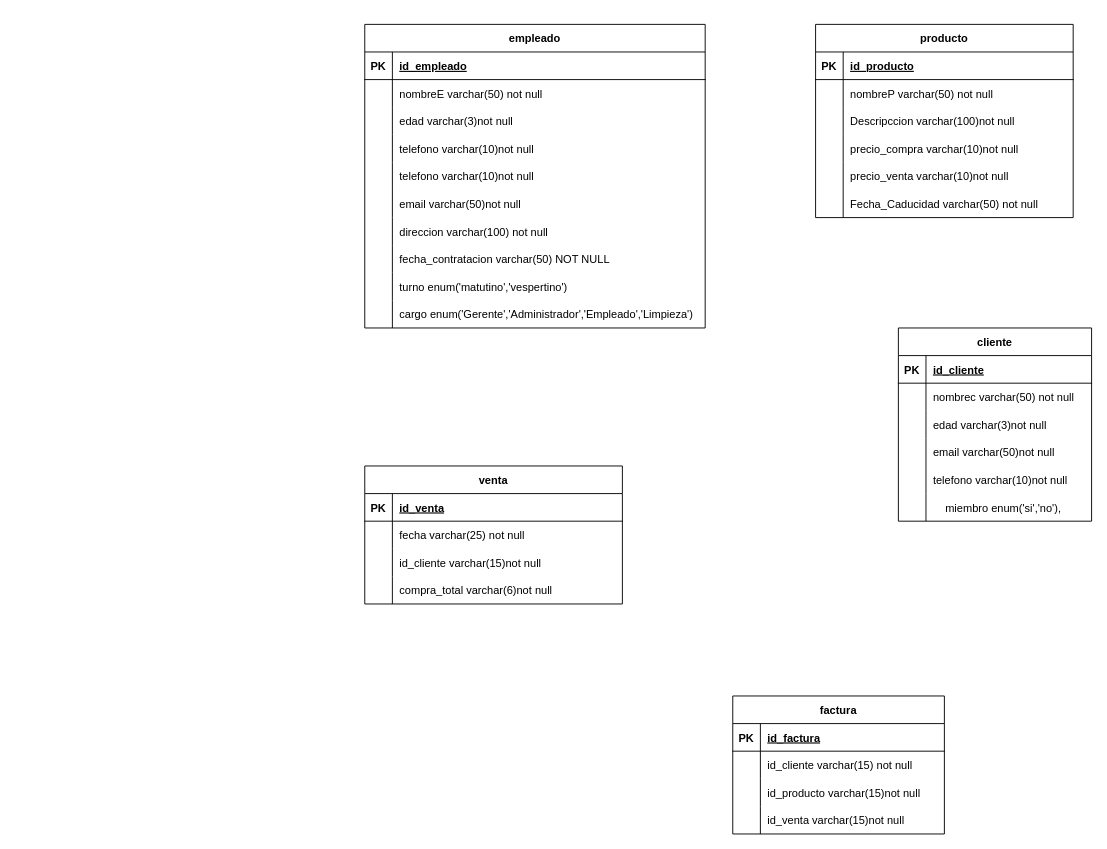
HECTOR-KDM02/FDB-Hector-Santiago keeps this draw.io diagram as page "tabla-identidad_relacion" (2 of 2) of DIAGRAMAS/TIENDA.dio. Above is the earlier version. Source tidied: cells renumbered, new cells numbered last; positions are measured from the earlier drawing's top-left corner, leaving out a move shared by most shapes. Both pictures are drawn from the tidied source at 92%, with x=0, y=0 at pixel (364, 24).
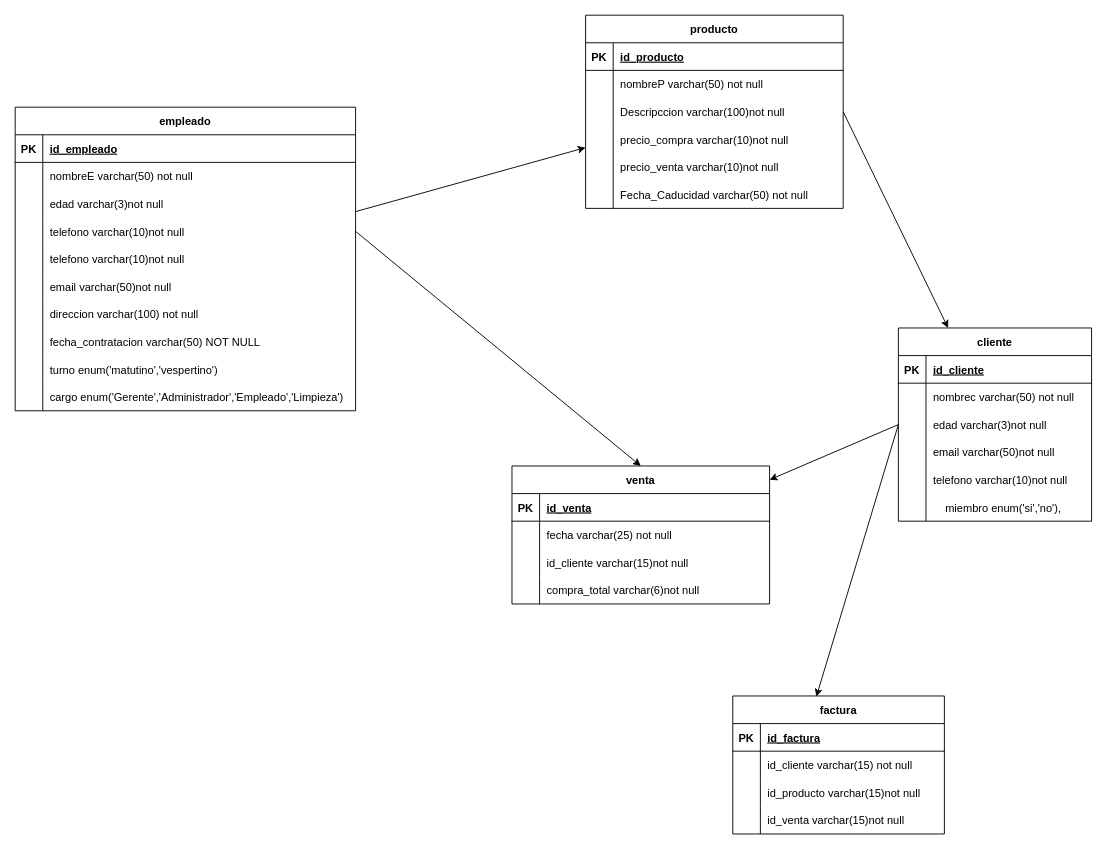
The same page after the edit.

Unchanged cells that the change refers to:
```xml
<mxCell id="9" style="shape=tableRow;horizontal=0;startSize=0;swimlaneHead=0;swimlaneBody=0;fillColor=none;points=[[0,0.5],[1,0.5]];portConstraint=eastwest;top=0;left=0;right=0;bottom=0;" parent="2" vertex="1">
  <mxGeometry y="90" width="280" height="30" as="geometry" />
</mxCell>
<mxCell id="31" style="shape=tableRow;horizontal=0;startSize=0;swimlaneHead=0;swimlaneBody=0;fillColor=none;points=[[0,0.5],[1,0.5]];portConstraint=eastwest;top=0;left=0;right=0;bottom=0;" parent="21" vertex="1">
  <mxGeometry y="120" width="370" height="30" as="geometry" />
</mxCell>
<mxCell id="52" value="cliente" style="shape=table;startSize=30;childLayout=tableLayout;rowLines=0;fontStyle=1;align=center;" parent="1" vertex="1">
  <mxGeometry x="580" y="330" width="210" height="210" as="geometry" />
</mxCell>
<mxCell id="59" style="shape=tableRow;horizontal=0;startSize=0;swimlaneHead=0;swimlaneBody=0;fillColor=none;points=[[0,0.5],[1,0.5]];portConstraint=eastwest;top=0;left=0;right=0;bottom=0;" parent="52" vertex="1">
  <mxGeometry y="90" width="210" height="30" as="geometry" />
</mxCell>
<mxCell id="84" value="factura" style="shape=table;startSize=30;childLayout=tableLayout;rowLines=0;fontStyle=1;align=center;" parent="1" vertex="1">
  <mxGeometry x="400" y="730" width="230" height="150" as="geometry" />
</mxCell>
```

Change to the diagram source:
```diff
@@
     <mxCell id="2" value="producto" style="shape=table;startSize=30;childLayout=tableLayout;rowLines=0;fontStyle=1;align=center;" parent="1" vertex="1">
-      <mxGeometry x="490" width="280" height="210" as="geometry" />
+      <mxGeometry x="240" y="-10" width="280" height="210" as="geometry" />
     </mxCell>
@@
     <mxCell id="21" value="empleado" style="shape=table;startSize=30;childLayout=tableLayout;rowLines=0;fontStyle=1;align=center;" parent="1" vertex="1">
-      <mxGeometry width="370" height="330" as="geometry" />
+      <mxGeometry x="-380" y="90" width="370" height="330" as="geometry" />
     </mxCell>
@@
     <mxCell id="71" value="venta" style="shape=table;startSize=30;childLayout=tableLayout;rowLines=0;fontStyle=1;align=center;" parent="1" vertex="1">
-      <mxGeometry y="480" width="280" height="150" as="geometry" />
+      <mxGeometry x="160" y="480" width="280" height="150" as="geometry" />
     </mxCell>
@@
+    <mxCell id="97" style="edgeStyle=none;html=1;" parent="1" edge="1" source="21" target="2">
+      <mxGeometry relative="1" as="geometry" />
+    </mxCell>
+    <mxCell id="98" style="edgeStyle=none;html=1;exitX=1;exitY=0.5;exitDx=0;exitDy=0;" parent="1" edge="1" source="9" target="52">
+      <mxGeometry relative="1" as="geometry" />
+    </mxCell>
+    <mxCell id="99" style="edgeStyle=none;html=1;exitX=1;exitY=0.5;exitDx=0;exitDy=0;entryX=0.5;entryY=0;entryDx=0;entryDy=0;" parent="1" edge="1" source="31" target="71">
+      <mxGeometry relative="1" as="geometry" />
+    </mxCell>
+    <mxCell id="100" style="edgeStyle=none;html=1;exitX=0;exitY=0.5;exitDx=0;exitDy=0;" parent="1" edge="1" source="59" target="71">
+      <mxGeometry relative="1" as="geometry" />
+    </mxCell>
+    <mxCell id="101" style="edgeStyle=none;html=1;exitX=0;exitY=0.5;exitDx=0;exitDy=0;entryX=0.395;entryY=0.005;entryDx=0;entryDy=0;entryPerimeter=0;" parent="1" edge="1" source="59" target="84">
+      <mxGeometry relative="1" as="geometry" />
+    </mxCell>
```
